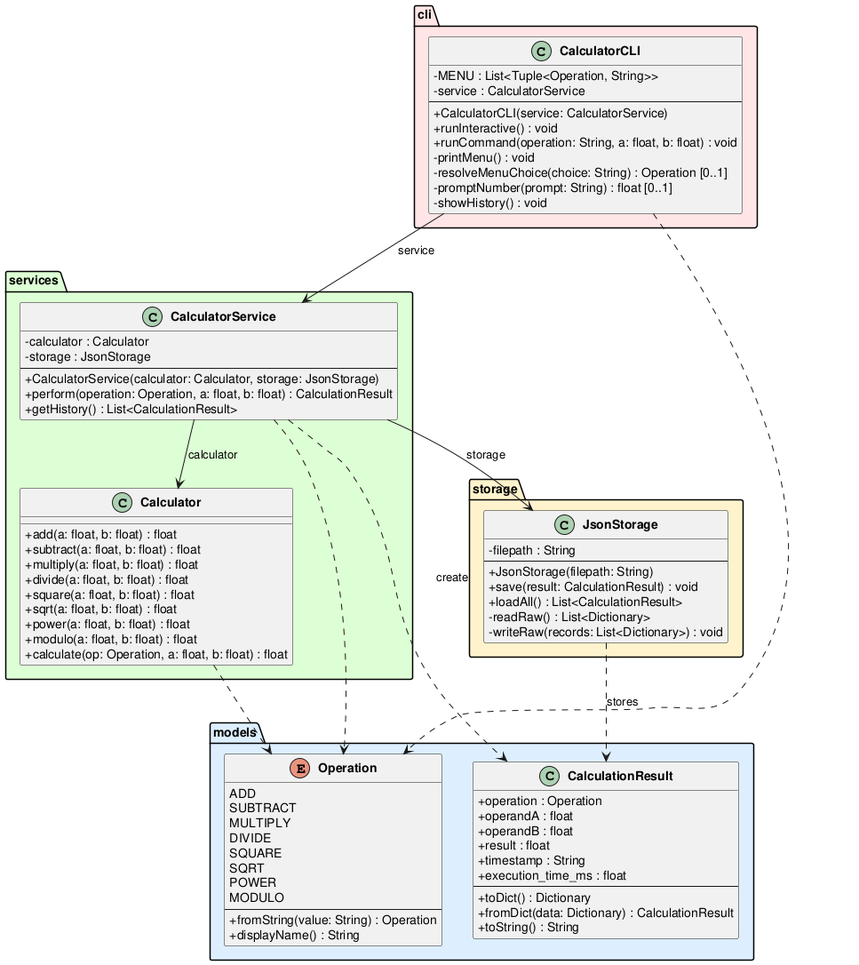
Above: experiments/broadcast/user_stories/calculator/artifacts/class_diagram.png in DanielRiha8906/Software_autoevolution_using_agents (PlantUML), before the change.
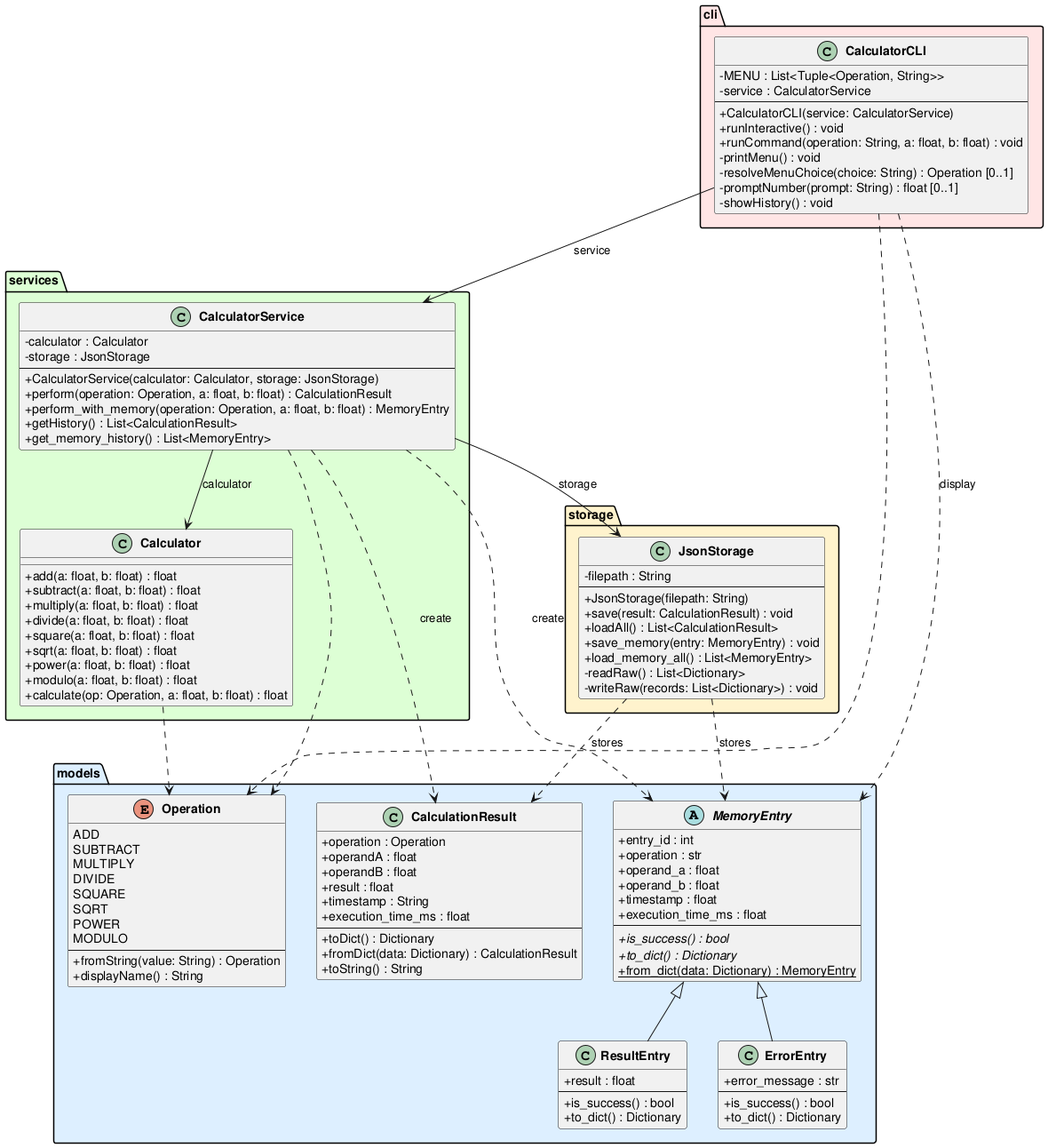
After the commit.

Diff of the diagram source:
```diff
@@ -30,6 +30,36 @@
         +fromDict(data: Dictionary) : CalculationResult
         +toString() : String
     }
+
+    abstract class MemoryEntry {
+        +entry_id : int
+        +operation : str
+        +operand_a : float
+        +operand_b : float
+        +timestamp : float
+        +execution_time_ms : float
+        --
+        +is_success() : bool {abstract}
+        +to_dict() : Dictionary {abstract}
+        +from_dict(data: Dictionary) : MemoryEntry {static}
+    }
+
+    class ResultEntry {
+        +result : float
+        --
+        +is_success() : bool
+        +to_dict() : Dictionary
+    }
+
+    class ErrorEntry {
+        +error_message : str
+        --
+        +is_success() : bool
+        +to_dict() : Dictionary
+    }
+
+    MemoryEntry <|-- ResultEntry
+    MemoryEntry <|-- ErrorEntry
 }
 
 package "services" #DDFFD4 {
@@ -51,7 +81,9 @@
         --
         +CalculatorService(calculator: Calculator, storage: JsonStorage)
         +perform(operation: Operation, a: float, b: float) : CalculationResult
+        +perform_with_memory(operation: Operation, a: float, b: float) : MemoryEntry
         +getHistory() : List<CalculationResult>
+        +get_memory_history() : List<MemoryEntry>
     }
 }
 
@@ -62,6 +94,8 @@
         +JsonStorage(filepath: String)
         +save(result: CalculationResult) : void
         +loadAll() : List<CalculationResult>
+        +save_memory(entry: MemoryEntry) : void
+        +load_memory_all() : List<MemoryEntry>
         -readRaw() : List<Dictionary>
         -writeRaw(records: List<Dictionary>) : void
     }
@@ -87,9 +121,12 @@
 CalculatorService --> JsonStorage : storage
 
 CalculatorService ..> CalculationResult : create
+CalculatorService ..> MemoryEntry : create
 CalculatorService ..> Operation
 CalculatorCLI ..> Operation
+CalculatorCLI ..> MemoryEntry : display
 Calculator ..> Operation
 JsonStorage ..> CalculationResult : stores
+JsonStorage ..> MemoryEntry : stores
 
 @enduml
```
